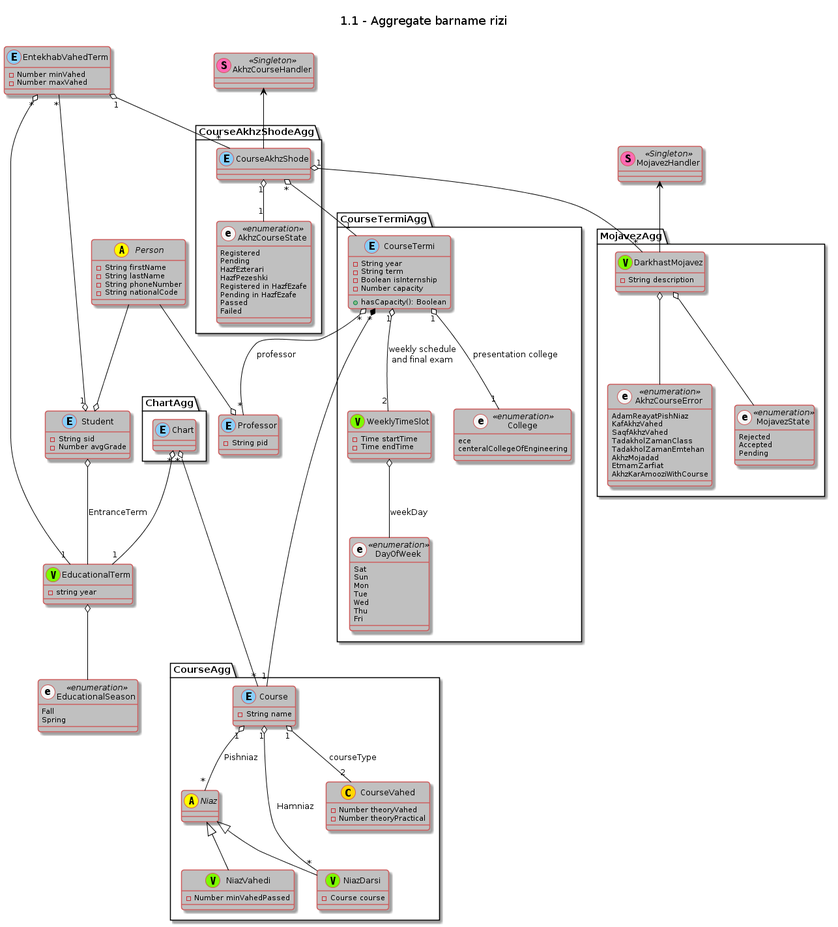
MohGanji/OO-ClassDiagram-Project keeps this PlantUML diagram as aggregate-barname-rizi.png. Above is the earlier version.
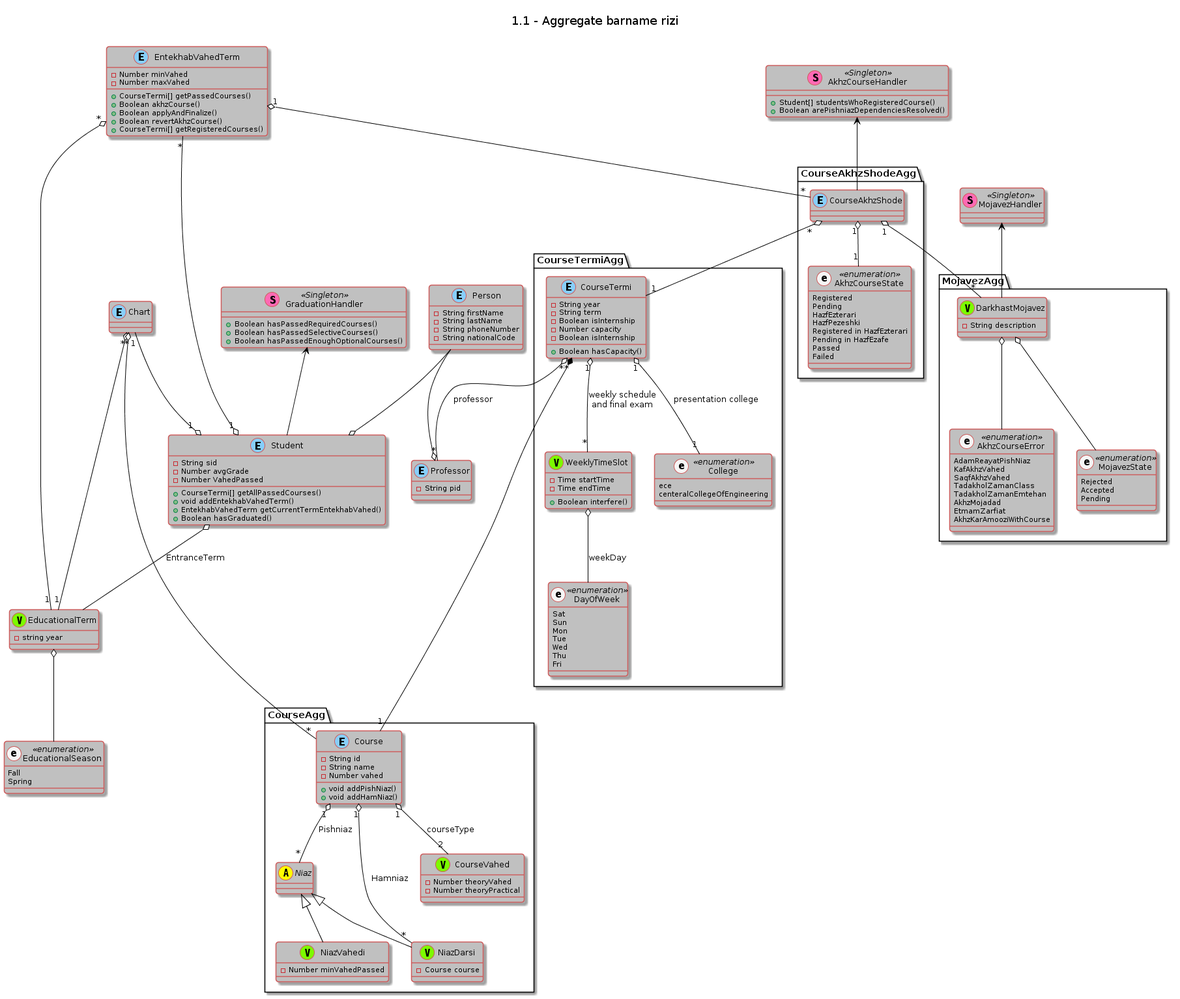
After the change.

Diff of the diagram source:
```diff
@@ -14,7 +14,7 @@
 
 title \n1.1 - Aggregate barname rizi\n
 
-abstract class Person {
+class Person << (E,LightSkyBlue) >> {
   - String firstName
   - String lastName
   - String phoneNumber
@@ -25,6 +25,11 @@
 class Student << (E,LightSkyBlue) >> {
   - String sid
   - Number avgGrade
+  - Number VahedPassed
+  + CourseTermi[] getAllPassedCourses()
+  + void addEntekhabVahedTerm()
+  + EntekhabVahedTerm getCurrentTermEntekhabVahed()
+  + Boolean hasGraduated()
 }
 
 
@@ -43,12 +48,19 @@
   - String pid
 }
 
-package ChartAgg {
-  class Chart << (E,LightSkyBlue) >> {
-  }
+class Chart << (E,LightSkyBlue) >> {
 }
+
 Chart "*" o-- "1" EducationalTerm
 EntekhabVahedTerm "*" o-- "1" EducationalTerm
+Chart "1" --o "1" Student
+
+GraduationHandler <-- Student
+class GraduationHandler << (S,HotPink) Singleton >> {
+  + Boolean hasPassedRequiredCourses()
+  + Boolean hasPassedSelectiveCourses()
+  + Boolean hasPassedEnoughOptionalCourses()
+}
 
 package CourseAgg {
   Chart "*" o--- "*" Course
@@ -56,7 +68,11 @@
   }
 
   class Course << (E,LightSkyBlue) >> {
+    - String id
     - String name
+    - Number vahed
+    + void addPishNiaz()
+    + void addHamNiaz()
   }
   class NiazDarsi << (V,LawnGreen) >> {
     - Course course
@@ -71,7 +87,7 @@
   Course "1" o-- "*" NiazDarsi : Hamniaz
   Course "1" o-- "2" CourseVahed : courseType
 
-  class CourseVahed {
+  class CourseVahed << (V,LawnGreen) >> {
     - Number theoryVahed
     - Number theoryPractical
   }
@@ -84,15 +100,17 @@
     - String term
     - Boolean isInternship
     - Number capacity
-    + hasCapacity(): Boolean
+    - Boolean isInternship
+    + Boolean hasCapacity()
   }
   CourseTermi "*" *---- "1" Course
   CourseTermi "*" o-- "*" Professor : professor
-  CourseTermi "1" o-- "2" WeeklyTimeSlot : weekly schedule\nand final exam
+  CourseTermi "1" o-- "*" WeeklyTimeSlot : weekly schedule\nand final exam
   CourseTermi "1" o-- "1" College : presentation college
   class WeeklyTimeSlot << (V,LawnGreen) >> {
     - Time startTime
     - Time endTime
+    + Boolean interfere()
   }
   WeeklyTimeSlot o-- DayOfWeek : weekDay
   enum DayOfWeek << (e,WhiteSmoke) enumeration>> {
@@ -115,6 +133,11 @@
 class EntekhabVahedTerm << (E,LightSkyBlue) >> {
   - Number minVahed
   - Number maxVahed
+  + CourseTermi[] getPassedCourses()
+  + Boolean akhzCourse()
+  + Boolean applyAndFinalize()
+  + Boolean revertAkhzCourse()
+  + CourseTermi[] getRegisteredCourses()
 }
 EntekhabVahedTerm "*" --o "1" Student
 
@@ -126,7 +149,7 @@
     Pending
     HazfEzterari
     HazfPezeshki
-    Registered in HazfEzafe
+    Registered in HazfEzterari
     Pending in HazfEzafe
     Passed
     Failed
@@ -138,6 +161,8 @@
 }
 AkhzCourseHandler <-- CourseAkhzShode
 class AkhzCourseHandler << (S,HotPink) Singleton >> {
+  + Student[] studentsWhoRegisteredCourse()
+  + Boolean arePishniazDependenciesResolved()
 }
 
 
```
